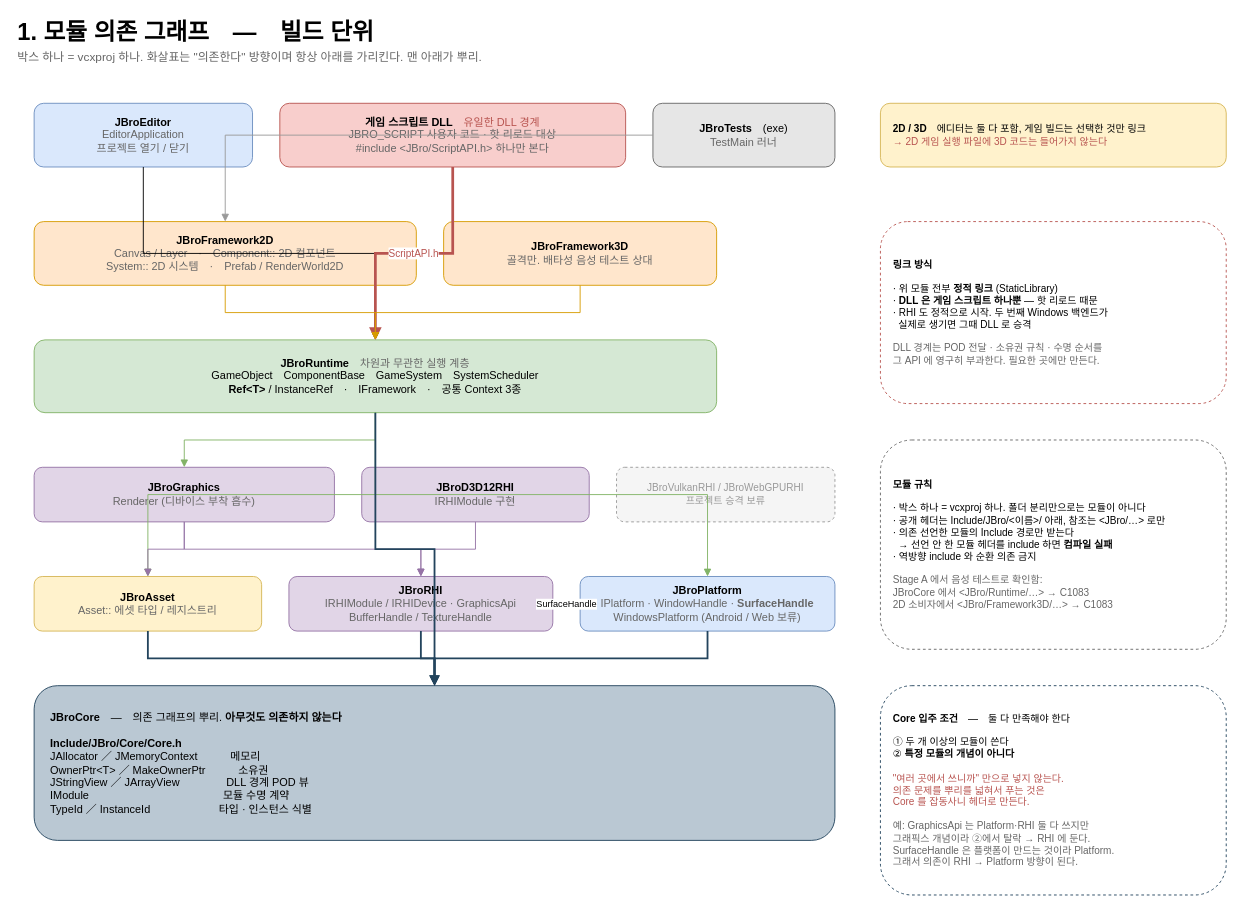
This is page "1. Modules (build units)" (1 of 9) of docs/JBroEngine.drawio.xml from taku7664/JBroEngine, a draw.io file, before an edit. Source tidied: cells renumbered, new cells numbered last; positions are measured from the earlier drawing's top-left corner, leaving out a move shared by most shapes. Both pictures are drawn from the tidied source at 91%, with x=0, y=0 at pixel (15, 15).
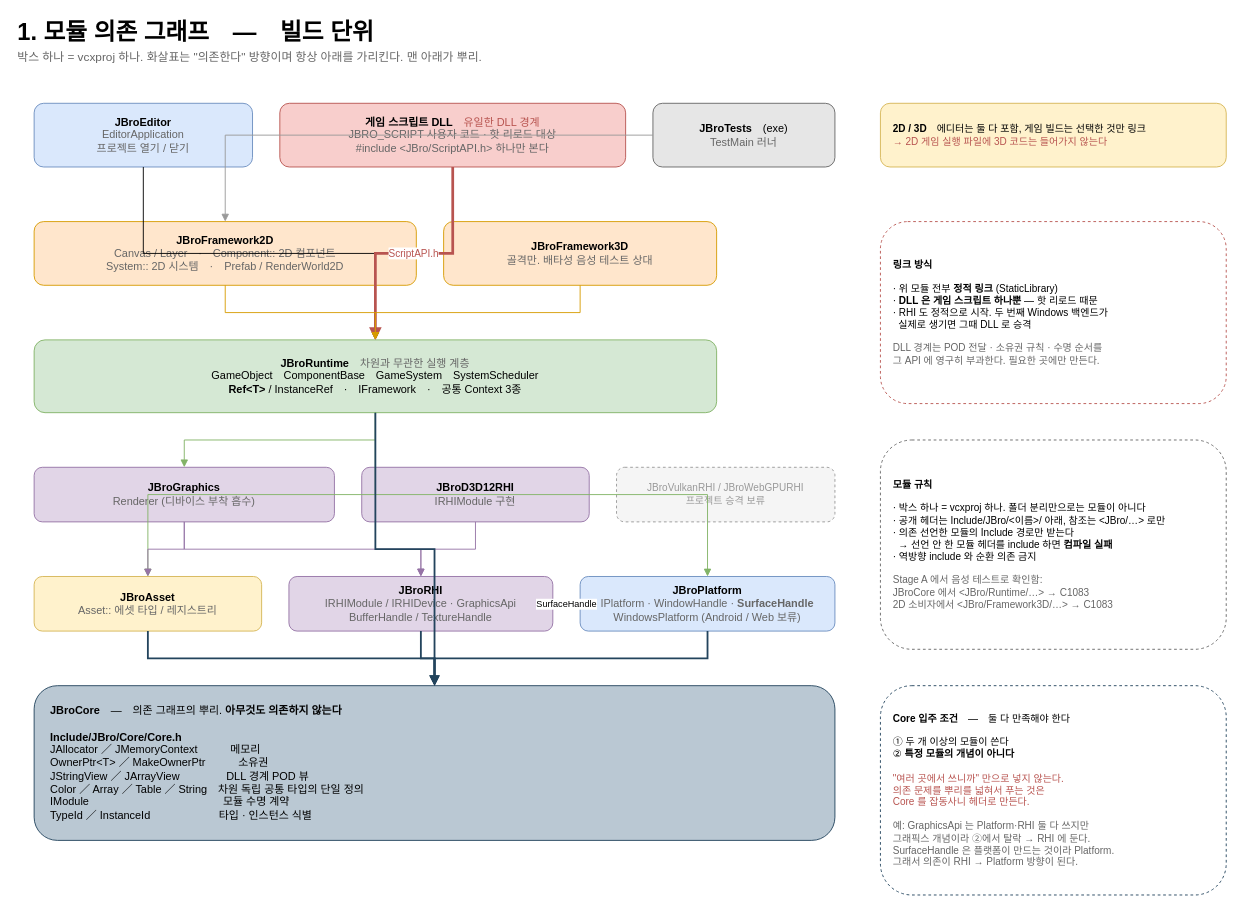
After the change.

What changed in the source:
```diff
@@
-    <mxCell id="16" value="&lt;b&gt;JBroCore&lt;/b&gt;　—　의존 그래프의 뿌리. &lt;b&gt;아무것도 의존하지 않는다&lt;/b&gt;&lt;br&gt;&lt;br&gt;&lt;b&gt;Include/JBro/Core/Core.h&lt;/b&gt;&lt;br&gt;JAllocator ／ JMemoryContext　　　메모리&lt;br&gt;OwnerPtr&amp;lt;T&amp;gt; ／ MakeOwnerPtr　　　소유권&lt;br&gt;JStringView ／ JArrayView　　　　 DLL 경계 POD 뷰&lt;br&gt;IModule　　　　　　　　　　　　  모듈 수명 계약&lt;br&gt;TypeId ／ InstanceId　　　　　　  타입 · 인스턴스 식별" style="rounded=1;whiteSpace=wrap;html=1;fillColor=#bac8d3;strokeColor=#23445d;fontSize=12;align=left;spacingLeft=16;" parent="1" vertex="1">
+    <mxCell id="16" value="&lt;b&gt;JBroCore&lt;/b&gt;　—　의존 그래프의 뿌리. &lt;b&gt;아무것도 의존하지 않는다&lt;/b&gt;&lt;br&gt;&lt;br&gt;&lt;b&gt;Include/JBro/Core/Core.h&lt;/b&gt;&lt;br&gt;JAllocator ／ JMemoryContext　　　메모리&lt;br&gt;OwnerPtr&amp;lt;T&amp;gt; ／ MakeOwnerPtr　　　소유권&lt;br&gt;JStringView ／ JArrayView　　　　 DLL 경계 POD 뷰&lt;br&gt;Color ／ Array ／ Table ／ String　차원 독립 공통 타입의 단일 정의&lt;br&gt;IModule　　　　　　　　　　　　  모듈 수명 계약&lt;br&gt;TypeId ／ InstanceId　　　　　　  타입 · 인스턴스 식별" style="rounded=1;whiteSpace=wrap;html=1;fillColor=#bac8d3;strokeColor=#23445d;fontSize=12;align=left;spacingLeft=16;" parent="1" vertex="1">
       <mxGeometry x="20" y="736" width="880" height="170" as="geometry" />
     </mxCell>
```
